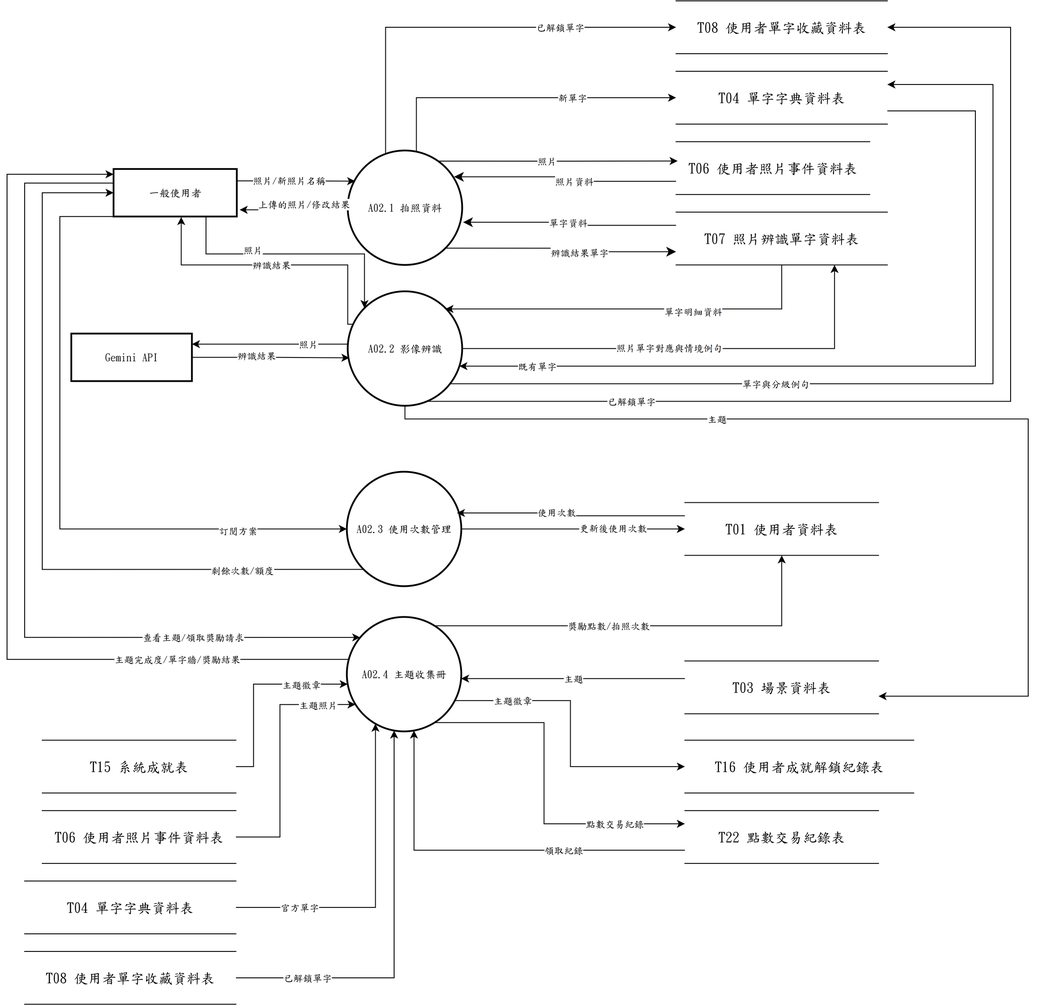
This is 系統文件/第6章/DFD圖/圖2/新/圖2.drawio.png from s22452007/115502, a draw.io export, as it was before one commit. Source tidied: cells renumbered, new cells last; positions are measured from the earlier drawing's top-left corner, leaving out a move shared by most shapes.
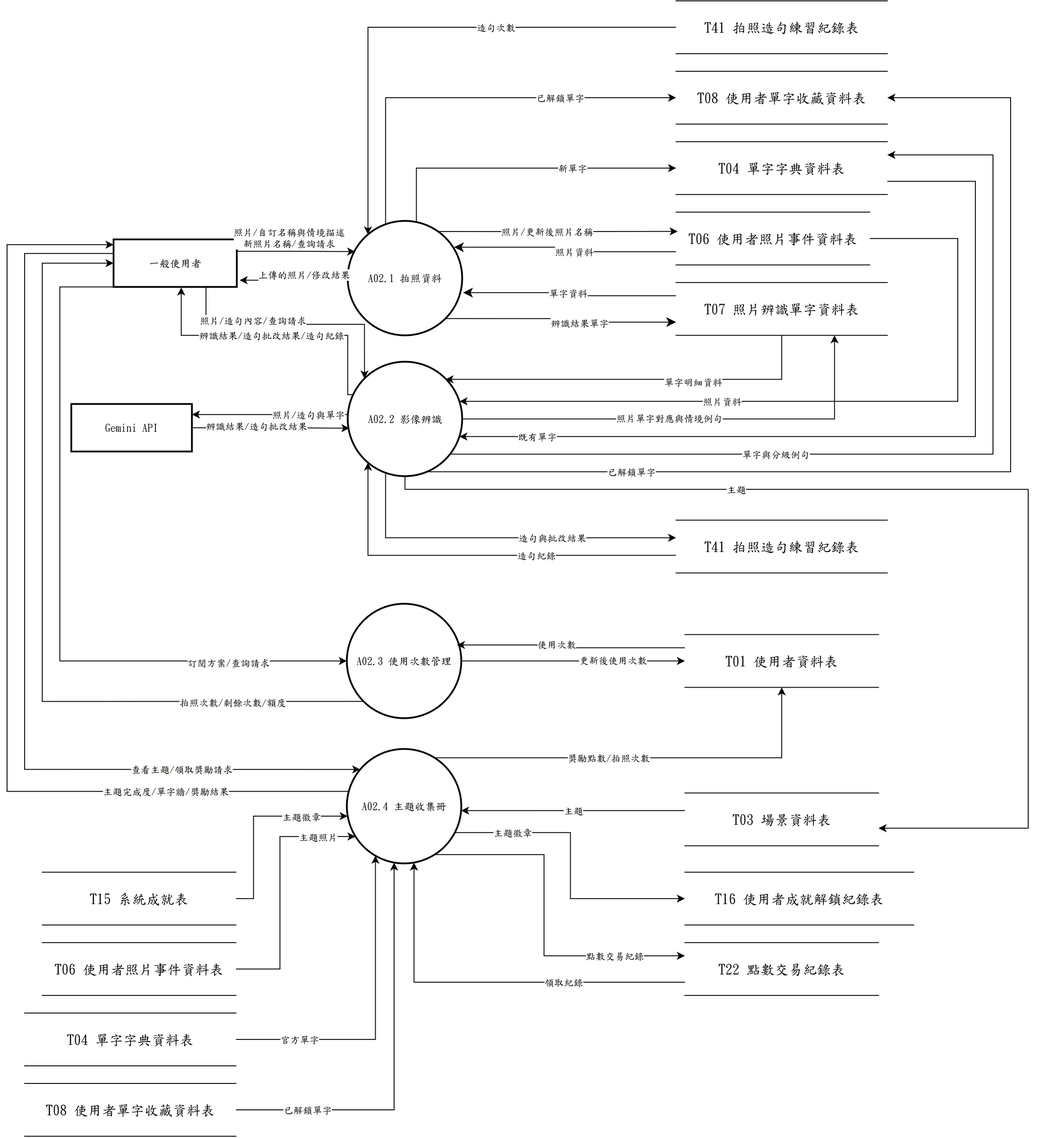
After the commit.

What changed in the source:
```diff
@@ -5,22 +5,22 @@
     <mxCell id="2" style="edgeStyle=orthogonalEdgeStyle;rounded=0;jettySize=auto;html=1;exitX=0.75;exitY=1;exitDx=0;exitDy=0;entryX=0;entryY=0;entryDx=0;entryDy=0;" parent="1" edge="1" source="6" target="29">
       <mxGeometry relative="1" as="geometry" />
     </mxCell>
-    <mxCell id="3" value="照片" style="edgeLabel;html=1;align=center;verticalAlign=middle;fontFamily=標楷體;" parent="2" vertex="1">
+    <mxCell id="3" value="照片/造句內容/查詢請求" style="edgeLabel;html=1;align=center;verticalAlign=middle;fontFamily=標楷體;" parent="2" vertex="1">
       <mxGeometry x="-0.33" y="5" relative="1" as="geometry" />
     </mxCell>
     <mxCell id="4" style="edgeStyle=orthogonalEdgeStyle;rounded=0;jettySize=auto;html=1;exitX=0.25;exitY=1;exitDx=0;exitDy=0;entryX=0;entryY=0.5;entryDx=0;entryDy=0;" parent="1" edge="1" source="6" target="38">
       <mxGeometry relative="1" as="geometry">
         <Array as="points">
-          <mxPoint x="60" y="245" />
+          <mxPoint x="60" y="175" />
           <mxPoint x="60" y="600" />
         </Array>
       </mxGeometry>
     </mxCell>
-    <mxCell id="5" value="訂閱方案" style="edgeLabel;html=1;align=center;verticalAlign=middle;fontFamily=標楷體;" parent="4" vertex="1">
+    <mxCell id="5" value="訂閱方案/查詢請求" style="edgeLabel;html=1;align=center;verticalAlign=middle;fontFamily=標楷體;" parent="4" vertex="1">
       <mxGeometry x="0.68" y="-2" relative="1" as="geometry" />
     </mxCell>
     <mxCell id="6" value="一般使用者" style="whiteSpace=wrap;strokeWidth=2;fontFamily=標楷體;" parent="1" vertex="1">
-      <mxGeometry x="121" y="191" width="140" height="54" as="geometry" />
+      <mxGeometry x="121" y="121" width="140" height="54" as="geometry" />
     </mxCell>
     <mxCell id="7" style="edgeStyle=orthogonalEdgeStyle;rounded=0;jettySize=auto;html=1;exitX=1;exitY=1;exitDx=0;exitDy=0;entryX=0;entryY=0.75;entryDx=0;entryDy=0;fontSize=12;startSize=8;endSize=8;" parent="1" edge="1" source="9" target="13">
       <mxGeometry relative="1" as="geometry" />
@@ -29,16 +29,16 @@
       <mxGeometry x="0.17" y="-1" relative="1" as="geometry" />
     </mxCell>
     <mxCell id="9" value="A02.1 拍照資料" style="ellipse;strokeWidth=2;whiteSpace=wrap;fontFamily=標楷體;" parent="1" vertex="1">
-      <mxGeometry x="387" y="170" width="130" height="130" as="geometry" />
+      <mxGeometry x="387" y="100" width="130" height="130" as="geometry" />
     </mxCell>
     <mxCell id="10" value="&lt;span lang=&quot;EN-US&quot; style=&quot;font-size: 12pt;&quot;&gt;T06&amp;nbsp;&lt;/span&gt;&lt;span style=&quot;font-size: 12pt;&quot;&gt;使用者照片事件資料表&lt;/span&gt;" style="shape=partialRectangle;whiteSpace=wrap;html=1;left=0;right=0;fontFamily=標楷體;" parent="1" vertex="1">
-      <mxGeometry x="760" y="160" width="220" height="60" as="geometry" />
+      <mxGeometry x="760" y="90" width="220" height="60" as="geometry" />
     </mxCell>
     <mxCell id="11" style="edgeStyle=orthogonalEdgeStyle;rounded=0;jettySize=auto;html=1;exitX=0.5;exitY=1;exitDx=0;exitDy=0;entryX=1;entryY=0;entryDx=0;entryDy=0;" parent="1" edge="1" source="13" target="29">
       <mxGeometry relative="1" as="geometry">
         <Array as="points">
-          <mxPoint x="880" y="350" />
-          <mxPoint x="498" y="350" />
+          <mxPoint x="880" y="280" />
+          <mxPoint x="498" y="280" />
         </Array>
       </mxGeometry>
     </mxCell>
@@ -48,16 +48,16 @@
       </mxGeometry>
     </mxCell>
     <mxCell id="13" value="&lt;span lang=&quot;EN-US&quot; style=&quot;font-size: 12pt;&quot;&gt;T07&amp;nbsp;&lt;/span&gt;&lt;span style=&quot;font-size: 12pt;&quot;&gt;照片辨識單字資料表&lt;/span&gt;" style="shape=partialRectangle;whiteSpace=wrap;html=1;left=0;right=0;fontFamily=標楷體;" parent="1" vertex="1">
-      <mxGeometry x="760" y="240" width="240" height="60" as="geometry" />
+      <mxGeometry x="760" y="170" width="240" height="60" as="geometry" />
     </mxCell>
     <mxCell id="14" style="rounded=0;jettySize=auto;html=1;exitX=0.786;exitY=0.093;exitDx=0;exitDy=0;entryX=0.008;entryY=0.365;entryDx=0;entryDy=0;exitPerimeter=0;entryPerimeter=0;edgeStyle=orthogonalEdgeStyle;" parent="1" edge="1" source="9" target="10">
       <mxGeometry relative="1" as="geometry" />
     </mxCell>
-    <mxCell id="15" value="照片" style="edgeLabel;html=1;align=center;verticalAlign=middle;fontFamily=標楷體;" parent="14" vertex="1">
+    <mxCell id="15" value="照片/更新後照片名稱" style="edgeLabel;html=1;align=center;verticalAlign=middle;fontFamily=標楷體;" parent="14" vertex="1">
       <mxGeometry x="-0.09" relative="1" as="geometry" />
     </mxCell>
     <mxCell id="16" value="Gemini API" style="whiteSpace=wrap;strokeWidth=2;fontFamily=標楷體;" parent="1" vertex="1">
-      <mxGeometry x="73" y="378" width="137" height="54" as="geometry" />
+      <mxGeometry x="73" y="308" width="137" height="54" as="geometry" />
     </mxCell>
     <mxCell id="17" style="edgeStyle=orthogonalEdgeStyle;rounded=0;jettySize=auto;html=1;exitX=0;exitY=0.25;exitDx=0;exitDy=0;entryX=1.008;entryY=0.627;entryDx=0;entryDy=0;entryPerimeter=0;fontSize=12;startSize=8;endSize=8;" parent="1" edge="1" source="13" target="9">
       <mxGeometry relative="1" as="geometry" />
@@ -74,9 +74,9 @@
     <mxCell id="21" style="edgeStyle=orthogonalEdgeStyle;rounded=0;jettySize=auto;html=1;exitX=1;exitY=0.25;exitDx=0;exitDy=0;entryX=0.065;entryY=0.268;entryDx=0;entryDy=0;entryPerimeter=0;" parent="1" edge="1" source="6" target="9">
       <mxGeometry relative="1" as="geometry" />
     </mxCell>
-    <mxCell id="22" value="照片/新照片名稱" style="edgeLabel;html=1;align=center;verticalAlign=middle;fontFamily=標楷體;" parent="21" vertex="1">
+    <mxCell id="22" value="照片/自訂名稱與情境描述&lt;br&gt;新照片名稱/查詢請求" style="edgeLabel;html=1;align=center;verticalAlign=middle;fontFamily=標楷體;" parent="21" vertex="1">
       <mxGeometry x="-0.06" relative="1" as="geometry">
-        <mxPoint x="-4" y="-1" as="offset" />
+        <mxPoint x="-4" y="-16" as="offset" />
       </mxGeometry>
     </mxCell>
     <mxCell id="23" style="edgeStyle=orthogonalEdgeStyle;rounded=0;jettySize=auto;html=1;exitX=0;exitY=0.5;exitDx=0;exitDy=0;entryX=1.023;entryY=0.859;entryDx=0;entryDy=0;entryPerimeter=0;" parent="1" edge="1" source="9" target="6">
@@ -85,24 +85,22 @@
     <mxCell id="24" value="上傳的照片/修改結果" style="edgeLabel;html=1;align=center;verticalAlign=middle;fontFamily=標楷體;" parent="23" vertex="1">
       <mxGeometry x="-0.2" y="-4" relative="1" as="geometry" />
     </mxCell>
-    <mxCell id="25" style="edgeStyle=orthogonalEdgeStyle;rounded=0;jettySize=auto;html=1;exitX=0.01;exitY=0.453;exitDx=0;exitDy=0;exitPerimeter=0;" parent="1" edge="1" source="29">
+    <mxCell id="25" style="edgeStyle=orthogonalEdgeStyle;rounded=0;jettySize=auto;html=1;exitX=0.01;exitY=0.453;exitDx=0;exitDy=0;exitPerimeter=0;entryX=1;entryY=0.2222;entryDx=0;entryDy=0;entryPerimeter=0;" parent="1" edge="1" source="29" target="16">
       <mxGeometry relative="1" as="geometry">
-        <mxPoint x="210" y="390" as="targetPoint" />
         <Array as="points">
-          <mxPoint x="388" y="390" />
+          <mxPoint x="388" y="320" />
         </Array>
       </mxGeometry>
     </mxCell>
-    <mxCell id="26" value="照片" style="edgeLabel;html=1;align=center;verticalAlign=middle;fontFamily=標楷體;" parent="25" vertex="1">
+    <mxCell id="26" value="照片/造句與單字" style="edgeLabel;html=1;align=center;verticalAlign=middle;fontFamily=標楷體;" parent="25" vertex="1">
       <mxGeometry x="-0.25" relative="1" as="geometry">
         <mxPoint x="19" as="offset" />
       </mxGeometry>
     </mxCell>
-    <mxCell id="27" style="edgeStyle=orthogonalEdgeStyle;rounded=0;jettySize=auto;html=1;exitX=1;exitY=0.5;exitDx=0;exitDy=0;" parent="1" edge="1" source="29">
+    <mxCell id="27" style="edgeStyle=orthogonalEdgeStyle;rounded=0;jettySize=auto;html=1;exitX=1;exitY=0.5;exitDx=0;exitDy=0;entryX=0.75;entryY=1;entryDx=0;entryDy=0;entryPerimeter=0;" parent="1" edge="1" source="29" target="13">
       <mxGeometry relative="1" as="geometry">
-        <mxPoint x="940" y="300" as="targetPoint" />
         <Array as="points">
-          <mxPoint x="940" y="395" />
+          <mxPoint x="940" y="325" />
         </Array>
       </mxGeometry>
     </mxCell>
@@ -110,35 +108,35 @@
       <mxGeometry x="-0.09" y="1" relative="1" as="geometry" />
     </mxCell>
     <mxCell id="29" value="A02.2 影像辨識" style="ellipse;strokeWidth=2;whiteSpace=wrap;fontFamily=標楷體;" parent="1" vertex="1">
-      <mxGeometry x="387" y="330" width="130" height="130" as="geometry" />
+      <mxGeometry x="387" y="260" width="130" height="130" as="geometry" />
     </mxCell>
     <mxCell id="30" style="edgeStyle=orthogonalEdgeStyle;rounded=0;jettySize=auto;html=1;exitX=0.053;exitY=0.288;exitDx=0;exitDy=0;entryX=0.549;entryY=1.011;entryDx=0;entryDy=0;entryPerimeter=0;exitPerimeter=0;" parent="1" edge="1" source="29" target="6">
       <mxGeometry relative="1" as="geometry">
         <Array as="points">
-          <mxPoint x="387" y="367" />
-          <mxPoint x="387" y="300" />
-          <mxPoint x="198" y="300" />
+          <mxPoint x="387" y="297" />
+          <mxPoint x="387" y="230" />
+          <mxPoint x="198" y="230" />
         </Array>
       </mxGeometry>
     </mxCell>
-    <mxCell id="31" value="辨識結果" style="edgeLabel;html=1;align=center;verticalAlign=middle;fontFamily=標楷體;" parent="30" vertex="1">
+    <mxCell id="31" value="辨識結果/造句批改結果/造句紀錄" style="edgeLabel;html=1;align=center;verticalAlign=middle;fontFamily=標楷體;" parent="30" vertex="1">
       <mxGeometry x="0.02" relative="1" as="geometry" />
     </mxCell>
     <mxCell id="32" style="edgeStyle=orthogonalEdgeStyle;rounded=0;jettySize=auto;html=1;exitX=1;exitY=0.5;exitDx=0;exitDy=0;entryX=0.015;entryY=0.581;entryDx=0;entryDy=0;entryPerimeter=0;" parent="1" edge="1" source="16" target="29">
       <mxGeometry relative="1" as="geometry" />
     </mxCell>
-    <mxCell id="33" value="辨識結果" style="edgeLabel;html=1;align=center;verticalAlign=middle;fontFamily=標楷體;" parent="32" vertex="1">
+    <mxCell id="33" value="辨識結果/造句批改結果" style="edgeLabel;html=1;align=center;verticalAlign=middle;fontFamily=標楷體;" parent="32" vertex="1">
       <mxGeometry x="-0.19" y="2" relative="1" as="geometry" />
     </mxCell>
     <mxCell id="34" style="edgeStyle=orthogonalEdgeStyle;rounded=0;jettySize=auto;html=1;exitX=0;exitY=1;exitDx=0;exitDy=0;entryX=0;entryY=0.5;entryDx=0;entryDy=0;" parent="1" edge="1" source="38" target="6">
       <mxGeometry relative="1" as="geometry">
         <Array as="points">
           <mxPoint x="40" y="646" />
-          <mxPoint x="40" y="218" />
+          <mxPoint x="40" y="148" />
         </Array>
       </mxGeometry>
     </mxCell>
-    <mxCell id="35" value="剩餘次數/額度" style="edgeLabel;html=1;align=center;verticalAlign=middle;fontFamily=標楷體;" parent="34" vertex="1">
+    <mxCell id="35" value="拍照次數/剩餘次數/額度" style="edgeLabel;html=1;align=center;verticalAlign=middle;fontFamily=標楷體;" parent="34" vertex="1">
       <mxGeometry x="-0.69" y="1" relative="1" as="geometry">
         <mxPoint x="-1" as="offset" />
       </mxGeometry>
@@ -178,7 +176,7 @@
     <mxCell id="46" style="edgeStyle=orthogonalEdgeStyle;rounded=0;jettySize=auto;html=1;exitX=0.0000;exitY=0.2963;exitDx=0;exitDy=0;exitPerimeter=0;entryX=0.1170;entryY=0.1786;entryDx=0;entryDy=0;entryPerimeter=0;" parent="1" edge="1" source="6" target="42">
       <mxGeometry relative="1" as="geometry">
         <Array as="points">
-          <mxPoint x="20" y="207" />
+          <mxPoint x="20" y="137" />
           <mxPoint x="20" y="723.2" />
         </Array>
       </mxGeometry>
@@ -190,7 +188,7 @@
       <mxGeometry relative="1" as="geometry">
         <Array as="points">
           <mxPoint y="748.2" />
-          <mxPoint y="197" />
+          <mxPoint y="127" />
         </Array>
       </mxGeometry>
     </mxCell>
@@ -236,15 +234,15 @@
       <mxGeometry x="0.6" relative="1" as="geometry" />
     </mxCell>
     <mxCell id="58" value="&lt;span lang=&quot;EN-US&quot; style=&quot;font-size: 12pt;&quot;&gt;T08&amp;nbsp;&lt;/span&gt;&lt;span style=&quot;font-size: 12pt;&quot;&gt;使用者單字收藏資料表&lt;/span&gt;" style="shape=partialRectangle;whiteSpace=wrap;html=1;left=0;right=0;fontFamily=標楷體;" parent="1" vertex="1">
-      <mxGeometry x="760" width="240" height="60" as="geometry" />
+      <mxGeometry x="760" y="-70" width="240" height="60" as="geometry" />
     </mxCell>
     <mxCell id="59" value="&lt;span lang=&quot;EN-US&quot; style=&quot;font-size: 12pt;&quot;&gt;T04&amp;nbsp;&lt;/span&gt;&lt;span style=&quot;font-size: 12pt;&quot;&gt;單字字典資料表&lt;/span&gt;" style="shape=partialRectangle;whiteSpace=wrap;html=1;left=0;right=0;fontFamily=標楷體;" parent="1" vertex="1">
-      <mxGeometry x="760" y="80" width="240" height="60" as="geometry" />
+      <mxGeometry x="760" y="10" width="240" height="60" as="geometry" />
     </mxCell>
     <mxCell id="60" style="edgeStyle=orthogonalEdgeStyle;rounded=0;jettySize=auto;html=1;exitX=0.3308;exitY=0.0295;exitDx=0;exitDy=0;exitPerimeter=0;entryX=0.0000;entryY=0.5000;entryDx=0;entryDy=0;entryPerimeter=0;" parent="1" edge="1" source="9" target="58">
       <mxGeometry relative="1" as="geometry">
         <Array as="points">
-          <mxPoint x="430" y="30" />
+          <mxPoint x="430" y="-40" />
         </Array>
       </mxGeometry>
     </mxCell>
@@ -254,7 +252,7 @@
     <mxCell id="62" style="edgeStyle=orthogonalEdgeStyle;rounded=0;jettySize=auto;html=1;exitX=0.6000;exitY=0.0101;exitDx=0;exitDy=0;exitPerimeter=0;entryX=0.0000;entryY=0.5000;entryDx=0;entryDy=0;entryPerimeter=0;" parent="1" edge="1" source="9" target="59">
       <mxGeometry relative="1" as="geometry">
         <Array as="points">
-          <mxPoint x="465" y="110" />
+          <mxPoint x="465" y="40" />
         </Array>
       </mxGeometry>
     </mxCell>
@@ -264,8 +262,8 @@
     <mxCell id="64" style="edgeStyle=orthogonalEdgeStyle;rounded=0;jettySize=auto;html=1;exitX=1.0000;exitY=0.7500;exitDx=0;exitDy=0;exitPerimeter=0;entryX=0.9757;entryY=0.6538;entryDx=0;entryDy=0;entryPerimeter=0;" parent="1" edge="1" source="59" target="29">
       <mxGeometry relative="1" as="geometry">
         <Array as="points">
-          <mxPoint x="1100" y="125" />
-          <mxPoint x="1100" y="415" />
+          <mxPoint x="1100" y="55" />
+          <mxPoint x="1100" y="345" />
         </Array>
       </mxGeometry>
     </mxCell>
@@ -275,8 +273,8 @@
     <mxCell id="66" style="edgeStyle=orthogonalEdgeStyle;rounded=0;jettySize=auto;html=1;exitX=0.8941;exitY=0.8077;exitDx=0;exitDy=0;exitPerimeter=0;entryX=1.0000;entryY=0.2500;entryDx=0;entryDy=0;entryPerimeter=0;" parent="1" edge="1" source="29" target="59">
       <mxGeometry relative="1" as="geometry">
         <Array as="points">
-          <mxPoint x="1120" y="435" />
-          <mxPoint x="1120" y="95" />
+          <mxPoint x="1120" y="365" />
+          <mxPoint x="1120" y="25" />
         </Array>
       </mxGeometry>
     </mxCell>
@@ -286,8 +284,8 @@
     <mxCell id="68" style="edgeStyle=orthogonalEdgeStyle;rounded=0;jettySize=auto;html=1;exitX=0.6923;exitY=0.9615;exitDx=0;exitDy=0;exitPerimeter=0;entryX=1.0000;entryY=0.5000;entryDx=0;entryDy=0;entryPerimeter=0;" parent="1" edge="1" source="29" target="58">
       <mxGeometry relative="1" as="geometry">
         <Array as="points">
-          <mxPoint x="1140" y="455" />
-          <mxPoint x="1140" y="30" />
+          <mxPoint x="1140" y="385" />
+          <mxPoint x="1140" y="-40" />
         </Array>
       </mxGeometry>
     </mxCell>
@@ -297,8 +295,8 @@
     <mxCell id="70" style="edgeStyle=orthogonalEdgeStyle;rounded=0;jettySize=auto;html=1;exitX=0.5000;exitY=1.0000;exitDx=0;exitDy=0;exitPerimeter=0;entryX=1.0000;entryY=0.6667;entryDx=0;entryDy=0;entryPerimeter=0;" parent="1" edge="1" source="29" target="43">
       <mxGeometry relative="1" as="geometry">
         <Array as="points">
-          <mxPoint x="452" y="475" />
-          <mxPoint x="1160" y="475" />
+          <mxPoint x="452" y="405" />
+          <mxPoint x="1160" y="405" />
           <mxPoint x="1160" y="790" />
         </Array>
       </mxGeometry>
@@ -370,5 +368,52 @@
     <mxCell id="85" value="已解鎖單字" style="edgeLabel;html=1;align=center;verticalAlign=middle;fontFamily=標楷體;" parent="84" vertex="1">
       <mxGeometry x="-0.65" relative="1" as="geometry" />
     </mxCell>
+    <mxCell id="86" value="&lt;span lang=&quot;EN-US&quot; style=&quot;font-size: 12pt;&quot;&gt;T41&amp;nbsp;&lt;/span&gt;&lt;span style=&quot;font-size: 12pt;&quot;&gt;拍照造句練習紀錄表&lt;/span&gt;" style="shape=partialRectangle;whiteSpace=wrap;html=1;left=0;right=0;fontFamily=標楷體;fontSize=12;" parent="1" vertex="1">
+      <mxGeometry x="760" y="440" width="240" height="60" as="geometry" />
+    </mxCell>
+    <mxCell id="87" value="&lt;span lang=&quot;EN-US&quot; style=&quot;font-size: 12pt;&quot;&gt;T41&amp;nbsp;&lt;/span&gt;&lt;span style=&quot;font-size: 12pt;&quot;&gt;拍照造句練習紀錄表&lt;/span&gt;" style="shape=partialRectangle;whiteSpace=wrap;html=1;left=0;right=0;fontFamily=標楷體;fontSize=12;" parent="1" vertex="1">
+      <mxGeometry x="760" y="-150" width="240" height="60" as="geometry" />
+    </mxCell>
+    <mxCell id="88" style="edgeStyle=orthogonalEdgeStyle;rounded=0;jettySize=auto;html=1;exitX=0.3308;exitY=0.9706;exitDx=0;exitDy=0;exitPerimeter=0;entryX=0;entryY=0.3333;entryDx=0;entryDy=0;entryPerimeter=0;" parent="1" edge="1" source="29" target="86">
+      <mxGeometry relative="1" as="geometry">
+        <Array as="points">
+          <mxPoint x="430" y="460" />
+        </Array>
+      </mxGeometry>
+    </mxCell>
+    <mxCell id="89" value="造句與批改結果" style="edgeLabel;html=1;align=center;verticalAlign=middle;fontFamily=標楷體;" parent="88" vertex="1">
+      <mxGeometry x="0.3" relative="1" as="geometry" />
+    </mxCell>
+    <mxCell id="90" style="edgeStyle=orthogonalEdgeStyle;rounded=0;jettySize=auto;html=1;exitX=0;exitY=0.6667;exitDx=0;exitDy=0;exitPerimeter=0;entryX=0.1769;entryY=0.8817;entryDx=0;entryDy=0;entryPerimeter=0;" parent="1" edge="1" source="86" target="29">
+      <mxGeometry relative="1" as="geometry">
+        <Array as="points">
+          <mxPoint x="410" y="480" />
+        </Array>
+      </mxGeometry>
+    </mxCell>
+    <mxCell id="91" value="造句紀錄" style="edgeLabel;html=1;align=center;verticalAlign=middle;fontFamily=標楷體;" parent="90" vertex="1">
+      <mxGeometry x="-0.3" relative="1" as="geometry" />
+    </mxCell>
+    <mxCell id="92" style="edgeStyle=orthogonalEdgeStyle;rounded=0;jettySize=auto;html=1;exitX=0;exitY=0.5;exitDx=0;exitDy=0;exitPerimeter=0;entryX=0.1769;entryY=0.1185;entryDx=0;entryDy=0;entryPerimeter=0;" parent="1" edge="1" source="87" target="9">
+      <mxGeometry relative="1" as="geometry">
+        <Array as="points">
+          <mxPoint x="410" y="-120" />
+        </Array>
+      </mxGeometry>
+    </mxCell>
+    <mxCell id="93" value="造句次數" style="edgeLabel;html=1;align=center;verticalAlign=middle;fontFamily=標楷體;" parent="92" vertex="1">
+      <mxGeometry x="-0.3" relative="1" as="geometry" />
+    </mxCell>
+    <mxCell id="94" style="edgeStyle=orthogonalEdgeStyle;rounded=0;jettySize=auto;html=1;exitX=1;exitY=0.5;exitDx=0;exitDy=0;exitPerimeter=0;entryX=0.977;entryY=0.3462;entryDx=0;entryDy=0;entryPerimeter=0;" parent="1" edge="1" source="10" target="29">
+      <mxGeometry relative="1" as="geometry">
+        <Array as="points">
+          <mxPoint x="1080" y="120" />
+          <mxPoint x="1080" y="305" />
+        </Array>
+      </mxGeometry>
+    </mxCell>
+    <mxCell id="95" value="照片資料" style="edgeLabel;html=1;align=center;verticalAlign=middle;fontFamily=標楷體;" parent="94" vertex="1">
+      <mxGeometry x="0.3" relative="1" as="geometry" />
+    </mxCell>
   </root>
 </mxGraphModel>
```
